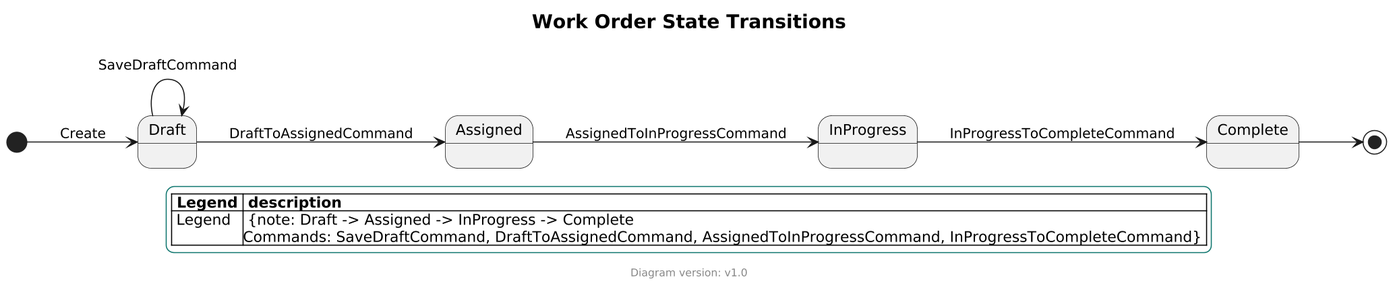
The PlantUML diagram arch/arch-state-workorder.png in ClearMeasureLabs/bootcamp-palermo-workorders, before a commit. The source it was exported from:
```plantuml
@startuml
!includeurl https://raw.githubusercontent.com/ClearMeasureLabs/bootcamp-palermo-workorders/docs/architecture-enhancements/arch/templates/plantuml-theme.puml

title Work Order State Transitions

left to right direction

[*] --> Draft : Create

Draft --> Draft : SaveDraftCommand
Draft --> Assigned : DraftToAssignedCommand

Assigned --> InProgress : AssignedToInProgressCommand

InProgress --> Complete : InProgressToCompleteCommand

Complete --> [*]

LEGEND("Legend","Draft -> Assigned -> InProgress -> Complete\nCommands: SaveDraftCommand, DraftToAssignedCommand, AssignedToInProgressCommand, InProgressToCompleteCommand")
FOOTER()
@enduml
```
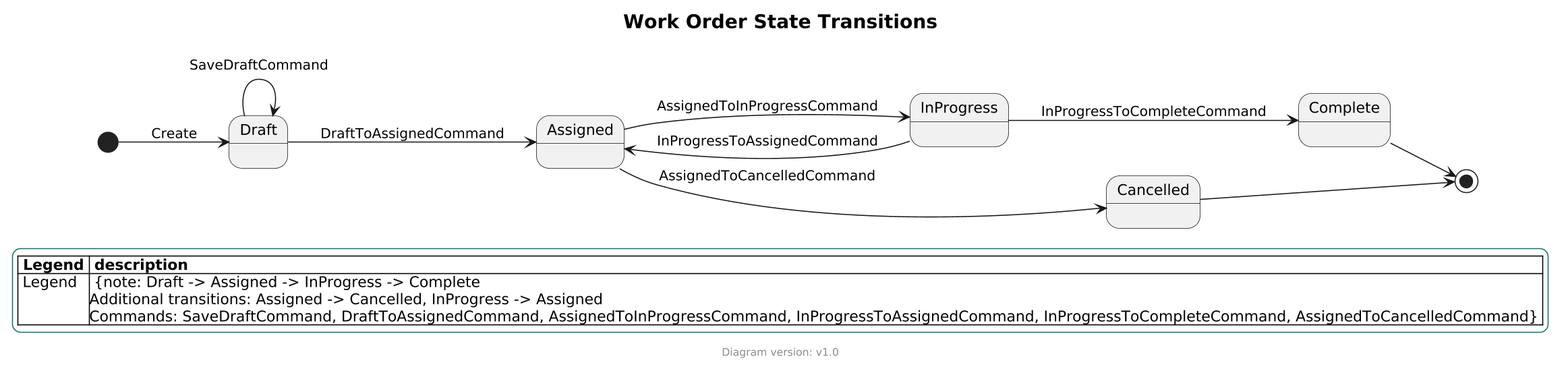
The same file after the commit.

The edit, as a diff of the source:
```diff
@@ -1,5 +1,5 @@
 @startuml
-!includeurl https://raw.githubusercontent.com/ClearMeasureLabs/bootcamp-palermo-workorders/docs/architecture-enhancements/arch/templates/plantuml-theme.puml
+!include templates/plantuml-theme.puml
 
 title Work Order State Transitions
 
@@ -12,10 +12,14 @@
 
 Assigned --> InProgress : AssignedToInProgressCommand
 
+Assigned --> Cancelled : AssignedToCancelledCommand
+
 InProgress --> Complete : InProgressToCompleteCommand
+InProgress --> Assigned : InProgressToAssignedCommand
 
 Complete --> [*]
+Cancelled --> [*]
 
-LEGEND("Legend","Draft -> Assigned -> InProgress -> Complete\nCommands: SaveDraftCommand, DraftToAssignedCommand, AssignedToInProgressCommand, InProgressToCompleteCommand")
+LEGEND("Legend","Draft -> Assigned -> InProgress -> Complete\nAdditional transitions: Assigned -> Cancelled, InProgress -> Assigned\nCommands: SaveDraftCommand, DraftToAssignedCommand, AssignedToInProgressCommand, InProgressToAssignedCommand, InProgressToCompleteCommand, AssignedToCancelledCommand")
 FOOTER()
 @enduml
```
